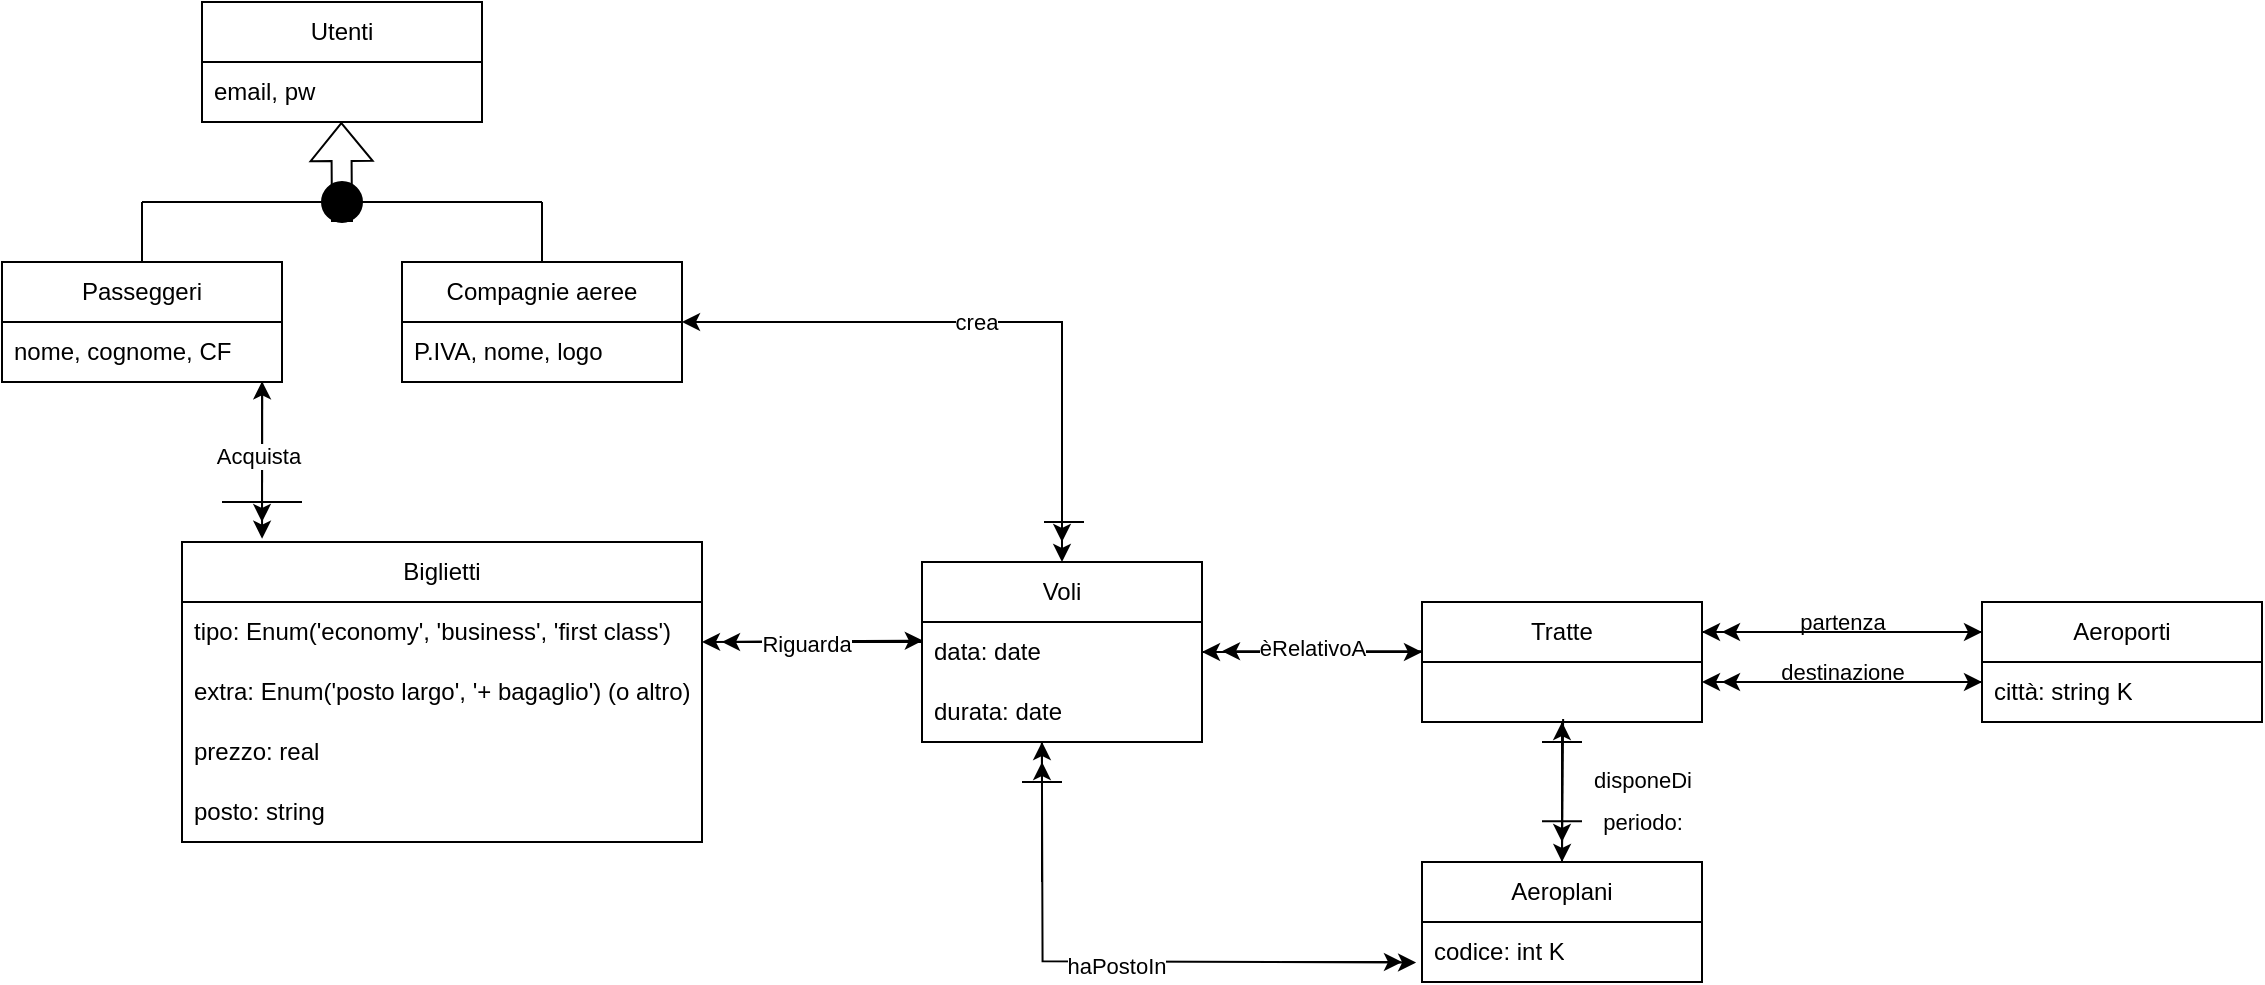
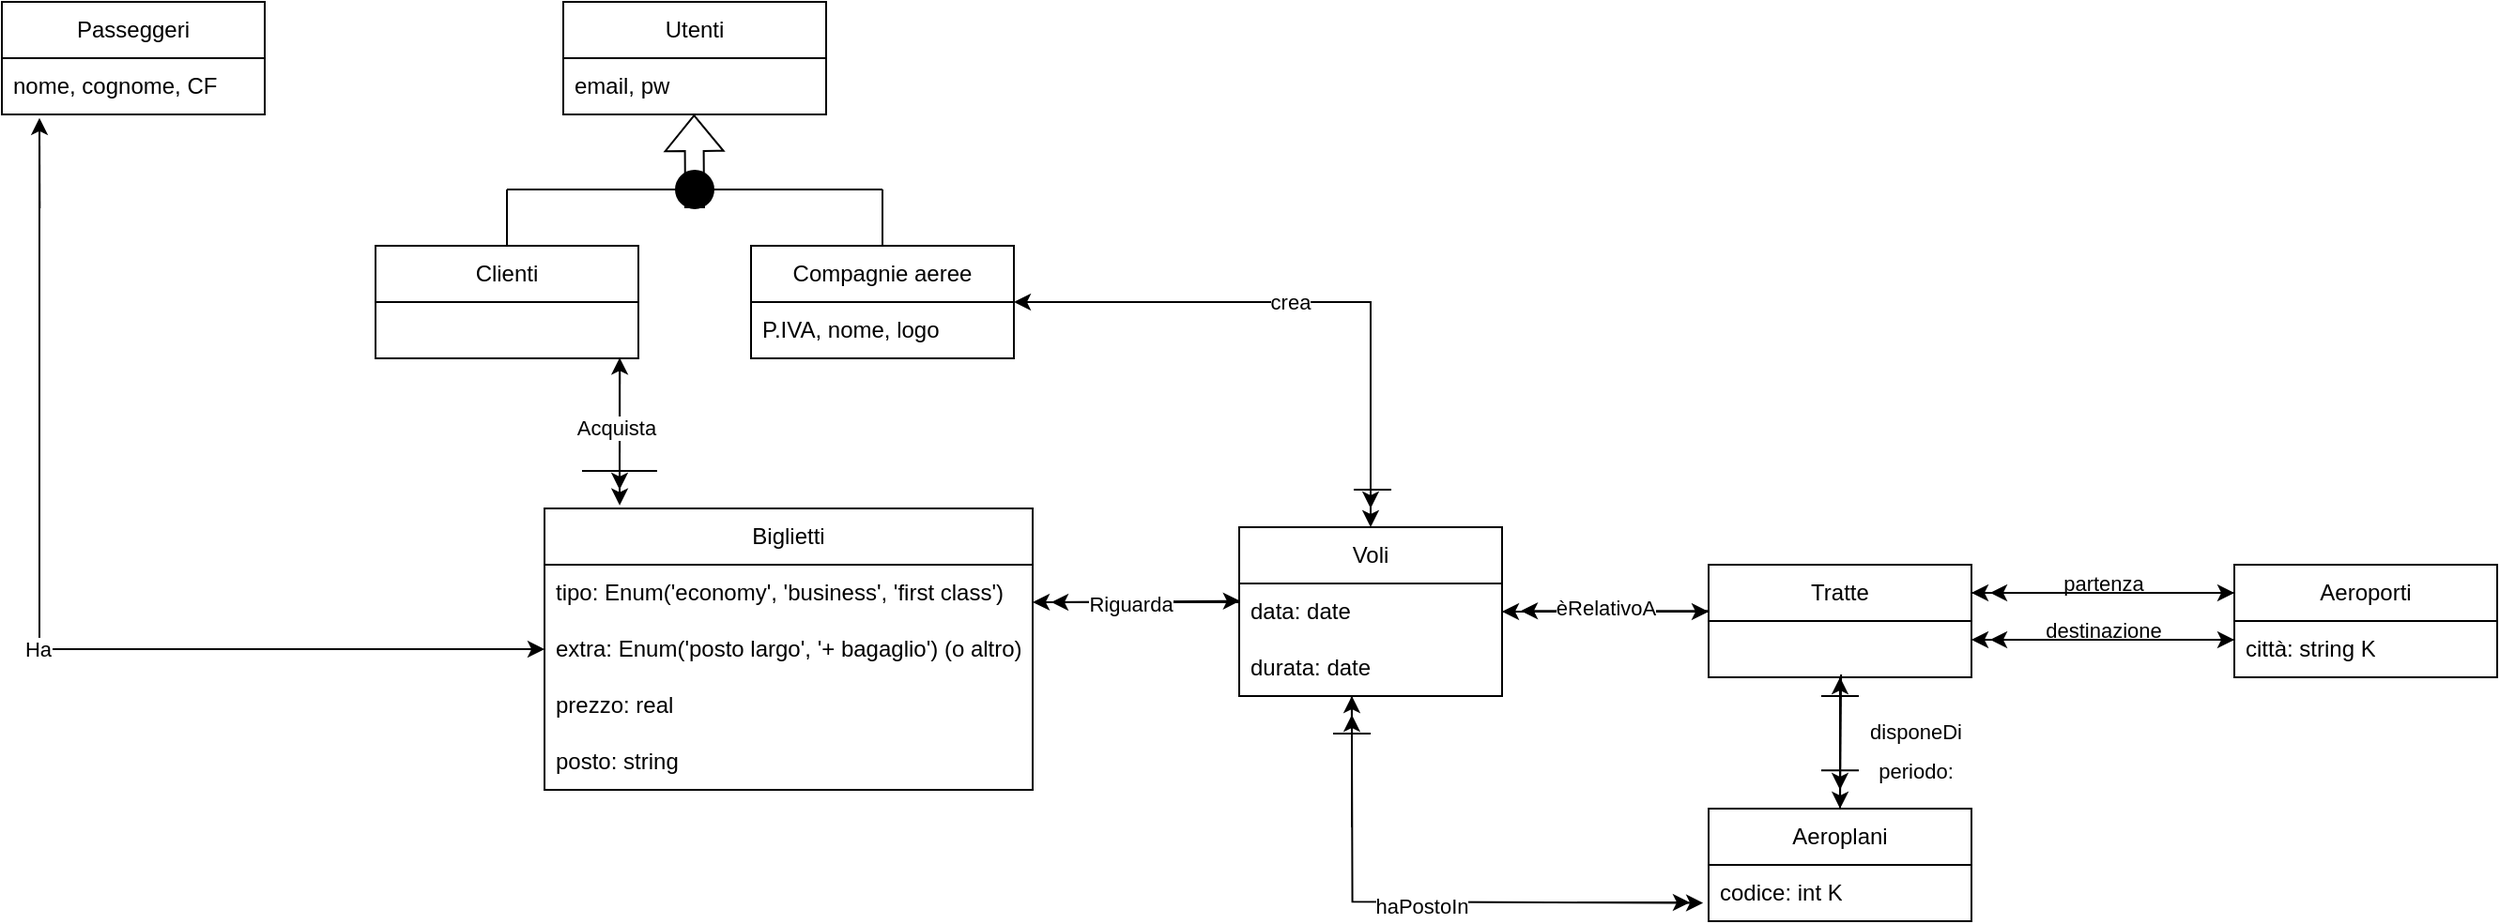
<mxfile host="65bd71144e">
    <diagram name="Pagina-1" id="Y2F9K8NCZ-bAOCw_idQH">
-         <mxGraphModel dx="1296" dy="2252" grid="1" gridSize="10" guides="1" tooltips="1" connect="1" arrows="1" fold="1" page="1" pageScale="1" pageWidth="1169" pageHeight="827" background="none" math="0" shadow="0">
+         <mxGraphModel dx="2329" dy="2093" grid="1" gridSize="10" guides="1" tooltips="1" connect="1" arrows="1" fold="1" page="1" pageScale="1" pageWidth="1169" pageHeight="827" background="none" math="0" shadow="0">
            <root>
                <mxCell id="0"/>
                <mxCell id="1" parent="0"/>
                <mxCell id="_ETjs5SsKa_0tdBlZnar-3" value="Utenti" style="swimlane;fontStyle=0;childLayout=stackLayout;horizontal=1;startSize=30;horizontalStack=0;resizeParent=1;resizeParentMax=0;resizeLast=0;collapsible=1;marginBottom=0;whiteSpace=wrap;html=1;" parent="1" vertex="1">
                    <mxGeometry x="119" y="-1600" width="140" height="60" as="geometry"/>
                </mxCell>
                <mxCell id="_ETjs5SsKa_0tdBlZnar-4" value="email, pw" style="text;strokeColor=none;fillColor=none;align=left;verticalAlign=middle;spacingLeft=4;spacingRight=4;overflow=hidden;points=[[0,0.5],[1,0.5]];portConstraint=eastwest;rotatable=0;whiteSpace=wrap;html=1;" parent="_ETjs5SsKa_0tdBlZnar-3" vertex="1">
                    <mxGeometry y="30" width="140" height="30" as="geometry"/>
                </mxCell>
-                 <mxCell id="_ETjs5SsKa_0tdBlZnar-15" value="Passeggeri" style="swimlane;fontStyle=0;childLayout=stackLayout;horizontal=1;startSize=30;horizontalStack=0;resizeParent=1;resizeParentMax=0;resizeLast=0;collapsible=1;marginBottom=0;whiteSpace=wrap;html=1;" parent="1" vertex="1">
+                 <mxCell id="_ETjs5SsKa_0tdBlZnar-15" value="Clienti" style="swimlane;fontStyle=0;childLayout=stackLayout;horizontal=1;startSize=30;horizontalStack=0;resizeParent=1;resizeParentMax=0;resizeLast=0;collapsible=1;marginBottom=0;whiteSpace=wrap;html=1;" parent="1" vertex="1">
                    <mxGeometry x="19" y="-1470" width="140" height="60" as="geometry"/>
-                 </mxCell>
-                 <mxCell id="_ETjs5SsKa_0tdBlZnar-16" value="nome, cognome, CF" style="text;strokeColor=none;fillColor=none;align=left;verticalAlign=middle;spacingLeft=4;spacingRight=4;overflow=hidden;points=[[0,0.5],[1,0.5]];portConstraint=eastwest;rotatable=0;whiteSpace=wrap;html=1;" parent="_ETjs5SsKa_0tdBlZnar-15" vertex="1">
-                     <mxGeometry y="30" width="140" height="30" as="geometry"/>
                </mxCell>
                <mxCell id="_ETjs5SsKa_0tdBlZnar-17" value="Compagnie aeree" style="swimlane;fontStyle=0;childLayout=stackLayout;horizontal=1;startSize=30;horizontalStack=0;resizeParent=1;resizeParentMax=0;resizeLast=0;collapsible=1;marginBottom=0;whiteSpace=wrap;html=1;" parent="1" vertex="1">
                    <mxGeometry x="219" y="-1470" width="140" height="60" as="geometry"/>
                </mxCell>
                <mxCell id="_ETjs5SsKa_0tdBlZnar-18" value="P.IVA, nome, logo" style="text;strokeColor=none;fillColor=none;align=left;verticalAlign=middle;spacingLeft=4;spacingRight=4;overflow=hidden;points=[[0,0.5],[1,0.5]];portConstraint=eastwest;rotatable=0;whiteSpace=wrap;html=1;" parent="_ETjs5SsKa_0tdBlZnar-17" vertex="1">
                    <mxGeometry y="30" width="140" height="30" as="geometry"/>
                </mxCell>
                <mxCell id="_ETjs5SsKa_0tdBlZnar-19" value="Tratte" style="swimlane;fontStyle=0;childLayout=stackLayout;horizontal=1;startSize=30;horizontalStack=0;resizeParent=1;resizeParentMax=0;resizeLast=0;collapsible=1;marginBottom=0;whiteSpace=wrap;html=1;" parent="1" vertex="1">
                    <mxGeometry x="729" y="-1300" width="140" height="60" as="geometry"/>
                </mxCell>
                <mxCell id="_ETjs5SsKa_0tdBlZnar-21" value="Aeroplani" style="swimlane;fontStyle=0;childLayout=stackLayout;horizontal=1;startSize=30;horizontalStack=0;resizeParent=1;resizeParentMax=0;resizeLast=0;collapsible=1;marginBottom=0;whiteSpace=wrap;html=1;" parent="1" vertex="1">
                    <mxGeometry x="729" y="-1170" width="140" height="60" as="geometry"/>
                </mxCell>
                <mxCell id="_ETjs5SsKa_0tdBlZnar-22" value="codice: int K" style="text;strokeColor=none;fillColor=none;align=left;verticalAlign=middle;spacingLeft=4;spacingRight=4;overflow=hidden;points=[[0,0.5],[1,0.5]];portConstraint=eastwest;rotatable=0;whiteSpace=wrap;html=1;" parent="_ETjs5SsKa_0tdBlZnar-21" vertex="1">
                    <mxGeometry y="30" width="140" height="30" as="geometry"/>
                </mxCell>
                <mxCell id="_ETjs5SsKa_0tdBlZnar-23" value="Aeroporti" style="swimlane;fontStyle=0;childLayout=stackLayout;horizontal=1;startSize=30;horizontalStack=0;resizeParent=1;resizeParentMax=0;resizeLast=0;collapsible=1;marginBottom=0;whiteSpace=wrap;html=1;" parent="1" vertex="1">
                    <mxGeometry x="1009" y="-1300" width="140" height="60" as="geometry"/>
                </mxCell>
                <mxCell id="_ETjs5SsKa_0tdBlZnar-24" value="città: string K" style="text;strokeColor=none;fillColor=none;align=left;verticalAlign=middle;spacingLeft=4;spacingRight=4;overflow=hidden;points=[[0,0.5],[1,0.5]];portConstraint=eastwest;rotatable=0;whiteSpace=wrap;html=1;" parent="_ETjs5SsKa_0tdBlZnar-23" vertex="1">
                    <mxGeometry y="30" width="140" height="30" as="geometry"/>
                </mxCell>
                <mxCell id="_ETjs5SsKa_0tdBlZnar-25" value="" style="endArrow=classic;html=1;rounded=0;exitX=1;exitY=0.25;exitDx=0;exitDy=0;entryX=0;entryY=0.25;entryDx=0;entryDy=0;" parent="1" source="_ETjs5SsKa_0tdBlZnar-19" target="_ETjs5SsKa_0tdBlZnar-23" edge="1">
                    <mxGeometry width="50" height="50" relative="1" as="geometry">
                        <mxPoint x="709" y="-1000" as="sourcePoint"/>
                        <mxPoint x="759" y="-1050" as="targetPoint"/>
                    </mxGeometry>
                </mxCell>
                <mxCell id="_ETjs5SsKa_0tdBlZnar-27" value="" style="endArrow=classic;html=1;rounded=0;entryX=1;entryY=0.25;entryDx=0;entryDy=0;exitX=0;exitY=0.25;exitDx=0;exitDy=0;" parent="1" source="_ETjs5SsKa_0tdBlZnar-23" target="_ETjs5SsKa_0tdBlZnar-19" edge="1">
                    <mxGeometry width="50" height="50" relative="1" as="geometry">
                        <mxPoint x="709" y="-1000" as="sourcePoint"/>
                        <mxPoint x="759" y="-1050" as="targetPoint"/>
                    </mxGeometry>
                </mxCell>
                <mxCell id="_ETjs5SsKa_0tdBlZnar-28" value="partenza" style="edgeLabel;html=1;align=center;verticalAlign=middle;resizable=0;points=[];" parent="_ETjs5SsKa_0tdBlZnar-27" vertex="1" connectable="0">
                    <mxGeometry x="0.0872" y="2" relative="1" as="geometry">
                        <mxPoint x="6" y="-7" as="offset"/>
                    </mxGeometry>
                </mxCell>
                <mxCell id="_ETjs5SsKa_0tdBlZnar-29" value="" style="endArrow=classic;html=1;rounded=0;exitX=0;exitY=0.25;exitDx=0;exitDy=0;" parent="1" source="_ETjs5SsKa_0tdBlZnar-23" edge="1">
                    <mxGeometry width="50" height="50" relative="1" as="geometry">
                        <mxPoint x="709" y="-1000" as="sourcePoint"/>
                        <mxPoint x="879" y="-1285" as="targetPoint"/>
                    </mxGeometry>
                </mxCell>
                <mxCell id="_ETjs5SsKa_0tdBlZnar-30" value="" style="endArrow=classic;html=1;rounded=0;entryX=1;entryY=0.25;entryDx=0;entryDy=0;exitX=0;exitY=0.25;exitDx=0;exitDy=0;" parent="1" edge="1">
                    <mxGeometry width="50" height="50" relative="1" as="geometry">
                        <mxPoint x="1009" y="-1260" as="sourcePoint"/>
                        <mxPoint x="869" y="-1260" as="targetPoint"/>
                    </mxGeometry>
                </mxCell>
                <mxCell id="_ETjs5SsKa_0tdBlZnar-31" value="destinazione" style="edgeLabel;html=1;align=center;verticalAlign=middle;resizable=0;points=[];" parent="_ETjs5SsKa_0tdBlZnar-30" vertex="1" connectable="0">
                    <mxGeometry x="0.0872" y="2" relative="1" as="geometry">
                        <mxPoint x="6" y="-7" as="offset"/>
                    </mxGeometry>
                </mxCell>
                <mxCell id="_ETjs5SsKa_0tdBlZnar-32" value="" style="endArrow=classic;html=1;rounded=0;exitX=0;exitY=0.25;exitDx=0;exitDy=0;" parent="1" edge="1">
                    <mxGeometry width="50" height="50" relative="1" as="geometry">
                        <mxPoint x="1009" y="-1260" as="sourcePoint"/>
                        <mxPoint x="879" y="-1260" as="targetPoint"/>
                    </mxGeometry>
                </mxCell>
                <mxCell id="_ETjs5SsKa_0tdBlZnar-33" value="" style="endArrow=classic;html=1;rounded=0;exitX=1.007;exitY=0.333;exitDx=0;exitDy=0;exitPerimeter=0;" parent="1" edge="1">
                    <mxGeometry width="50" height="50" relative="1" as="geometry">
                        <mxPoint x="869.9799999999998" y="-1260.0100000000002" as="sourcePoint"/>
                        <mxPoint x="1009" y="-1260" as="targetPoint"/>
                    </mxGeometry>
                </mxCell>
                <mxCell id="_ETjs5SsKa_0tdBlZnar-34" value="" style="endArrow=classic;html=1;rounded=0;exitX=0.504;exitY=0.951;exitDx=0;exitDy=0;exitPerimeter=0;entryX=0.5;entryY=0;entryDx=0;entryDy=0;" parent="1" target="_ETjs5SsKa_0tdBlZnar-21" edge="1">
                    <mxGeometry width="50" height="50" relative="1" as="geometry">
                        <mxPoint x="799.56" y="-1241.47" as="sourcePoint"/>
                        <mxPoint x="719" y="-1050" as="targetPoint"/>
                    </mxGeometry>
                </mxCell>
                <mxCell id="_ETjs5SsKa_0tdBlZnar-36" value="" style="endArrow=classic;html=1;rounded=0;" parent="1" edge="1">
                    <mxGeometry width="50" height="50" relative="1" as="geometry">
                        <mxPoint x="799" y="-1240" as="sourcePoint"/>
                        <mxPoint x="799" y="-1180" as="targetPoint"/>
                    </mxGeometry>
                </mxCell>
                <mxCell id="_ETjs5SsKa_0tdBlZnar-38" value="disponeDi" style="edgeLabel;html=1;align=center;verticalAlign=middle;resizable=0;points=[];" parent="_ETjs5SsKa_0tdBlZnar-36" vertex="1" connectable="0">
                    <mxGeometry x="-0.0573" y="1" relative="1" as="geometry">
                        <mxPoint x="39" as="offset"/>
                    </mxGeometry>
                </mxCell>
                <mxCell id="_ETjs5SsKa_0tdBlZnar-40" value="periodo:" style="edgeLabel;html=1;align=center;verticalAlign=middle;resizable=0;points=[];" parent="1" vertex="1" connectable="0">
                    <mxGeometry x="839" y="-1190.0048717948719" as="geometry"/>
                </mxCell>
                <mxCell id="_ETjs5SsKa_0tdBlZnar-41" value="" style="endArrow=classic;html=1;rounded=0;" parent="1" edge="1">
                    <mxGeometry width="50" height="50" relative="1" as="geometry">
                        <mxPoint x="799" y="-1170" as="sourcePoint"/>
                        <mxPoint x="799" y="-1240" as="targetPoint"/>
                    </mxGeometry>
                </mxCell>
                <mxCell id="_ETjs5SsKa_0tdBlZnar-42" value="Voli" style="swimlane;fontStyle=0;childLayout=stackLayout;horizontal=1;startSize=30;horizontalStack=0;resizeParent=1;resizeParentMax=0;resizeLast=0;collapsible=1;marginBottom=0;whiteSpace=wrap;html=1;" parent="1" vertex="1">
                    <mxGeometry x="479" y="-1320" width="140" height="90" as="geometry"/>
                </mxCell>
                <mxCell id="_ETjs5SsKa_0tdBlZnar-43" value="data: date" style="text;strokeColor=none;fillColor=none;align=left;verticalAlign=middle;spacingLeft=4;spacingRight=4;overflow=hidden;points=[[0,0.5],[1,0.5]];portConstraint=eastwest;rotatable=0;whiteSpace=wrap;html=1;" parent="_ETjs5SsKa_0tdBlZnar-42" vertex="1">
                    <mxGeometry y="30" width="140" height="30" as="geometry"/>
                </mxCell>
                <mxCell id="_ETjs5SsKa_0tdBlZnar-66" value="durata: date" style="text;strokeColor=none;fillColor=none;align=left;verticalAlign=middle;spacingLeft=4;spacingRight=4;overflow=hidden;points=[[0,0.5],[1,0.5]];portConstraint=eastwest;rotatable=0;whiteSpace=wrap;html=1;" parent="_ETjs5SsKa_0tdBlZnar-42" vertex="1">
                    <mxGeometry y="60" width="140" height="30" as="geometry"/>
                </mxCell>
                <mxCell id="_ETjs5SsKa_0tdBlZnar-46" value="Biglietti" style="swimlane;fontStyle=0;childLayout=stackLayout;horizontal=1;startSize=30;horizontalStack=0;resizeParent=1;resizeParentMax=0;resizeLast=0;collapsible=1;marginBottom=0;whiteSpace=wrap;html=1;" parent="1" vertex="1">
                    <mxGeometry x="109" y="-1330" width="260" height="150" as="geometry"/>
                </mxCell>
                <mxCell id="Bv-jkNyQtQAfHgGsfsne-6" value="tipo: Enum(&#39;economy&#39;, &#39;business&#39;, &#39;first class&#39;)" style="text;strokeColor=none;fillColor=none;align=left;verticalAlign=middle;spacingLeft=4;spacingRight=4;overflow=hidden;points=[[0,0.5],[1,0.5]];portConstraint=eastwest;rotatable=0;whiteSpace=wrap;html=1;" parent="_ETjs5SsKa_0tdBlZnar-46" vertex="1">
                    <mxGeometry y="30" width="260" height="30" as="geometry"/>
                </mxCell>
                <mxCell id="_ETjs5SsKa_0tdBlZnar-47" value="extra: Enum(&#39;posto largo&#39;, &#39;+ bagaglio&#39;) (o altro)" style="text;strokeColor=none;fillColor=none;align=left;verticalAlign=middle;spacingLeft=4;spacingRight=4;overflow=hidden;points=[[0,0.5],[1,0.5]];portConstraint=eastwest;rotatable=0;whiteSpace=wrap;html=1;" parent="_ETjs5SsKa_0tdBlZnar-46" vertex="1">
                    <mxGeometry y="60" width="260" height="30" as="geometry"/>
                </mxCell>
                <mxCell id="EdjyHUfcLkRTV670vATM-4" value="prezzo: real" style="text;strokeColor=none;fillColor=none;align=left;verticalAlign=middle;spacingLeft=4;spacingRight=4;overflow=hidden;points=[[0,0.5],[1,0.5]];portConstraint=eastwest;rotatable=0;whiteSpace=wrap;html=1;" parent="_ETjs5SsKa_0tdBlZnar-46" vertex="1">
                    <mxGeometry y="90" width="260" height="30" as="geometry"/>
                </mxCell>
                <mxCell id="EdjyHUfcLkRTV670vATM-5" value="posto: string" style="text;strokeColor=none;fillColor=none;align=left;verticalAlign=middle;spacingLeft=4;spacingRight=4;overflow=hidden;points=[[0,0.5],[1,0.5]];portConstraint=eastwest;rotatable=0;whiteSpace=wrap;html=1;" parent="_ETjs5SsKa_0tdBlZnar-46" vertex="1">
                    <mxGeometry y="120" width="260" height="30" as="geometry"/>
                </mxCell>
                <mxCell id="_ETjs5SsKa_0tdBlZnar-62" value="" style="endArrow=classic;html=1;rounded=0;exitX=1;exitY=0.5;exitDx=0;exitDy=0;" parent="1" source="_ETjs5SsKa_0tdBlZnar-43" edge="1">
                    <mxGeometry width="50" height="50" relative="1" as="geometry">
                        <mxPoint x="549" y="-1210" as="sourcePoint"/>
                        <mxPoint x="729" y="-1275" as="targetPoint"/>
                    </mxGeometry>
                </mxCell>
                <mxCell id="_ETjs5SsKa_0tdBlZnar-63" value="" style="endArrow=classic;html=1;rounded=0;entryX=1;entryY=0.5;entryDx=0;entryDy=0;" parent="1" target="_ETjs5SsKa_0tdBlZnar-43" edge="1">
                    <mxGeometry width="50" height="50" relative="1" as="geometry">
                        <mxPoint x="729" y="-1275" as="sourcePoint"/>
                        <mxPoint x="549" y="-1230" as="targetPoint"/>
                    </mxGeometry>
                </mxCell>
                <mxCell id="_ETjs5SsKa_0tdBlZnar-64" value="" style="endArrow=classic;html=1;rounded=0;" parent="1" edge="1">
                    <mxGeometry width="50" height="50" relative="1" as="geometry">
                        <mxPoint x="729" y="-1275.4" as="sourcePoint"/>
                        <mxPoint x="629" y="-1275.4" as="targetPoint"/>
                    </mxGeometry>
                </mxCell>
                <mxCell id="_ETjs5SsKa_0tdBlZnar-65" value="èRelativoA" style="edgeLabel;html=1;align=center;verticalAlign=middle;resizable=0;points=[];" parent="_ETjs5SsKa_0tdBlZnar-64" vertex="1" connectable="0">
                    <mxGeometry x="0.0974" y="-2" relative="1" as="geometry">
                        <mxPoint as="offset"/>
                    </mxGeometry>
                </mxCell>
                <mxCell id="_ETjs5SsKa_0tdBlZnar-67" value="" style="shape=flexArrow;endArrow=classic;html=1;rounded=0;exitX=0.5;exitY=1;exitDx=0;exitDy=0;" parent="1" source="_ETjs5SsKa_0tdBlZnar-71" edge="1">
                    <mxGeometry width="50" height="50" relative="1" as="geometry">
                        <mxPoint x="189" y="-1500" as="sourcePoint"/>
                        <mxPoint x="188.67000000000002" y="-1540" as="targetPoint"/>
                    </mxGeometry>
                </mxCell>
                <mxCell id="_ETjs5SsKa_0tdBlZnar-68" value="" style="endArrow=none;html=1;rounded=0;" parent="1" source="_ETjs5SsKa_0tdBlZnar-71" edge="1">
                    <mxGeometry width="50" height="50" relative="1" as="geometry">
                        <mxPoint x="89" y="-1500" as="sourcePoint"/>
                        <mxPoint x="289" y="-1500" as="targetPoint"/>
                    </mxGeometry>
                </mxCell>
                <mxCell id="_ETjs5SsKa_0tdBlZnar-69" value="" style="endArrow=none;html=1;rounded=0;entryX=0.5;entryY=0;entryDx=0;entryDy=0;" parent="1" target="_ETjs5SsKa_0tdBlZnar-15" edge="1">
                    <mxGeometry width="50" height="50" relative="1" as="geometry">
                        <mxPoint x="89" y="-1500" as="sourcePoint"/>
                        <mxPoint x="299" y="-1490" as="targetPoint"/>
                    </mxGeometry>
                </mxCell>
                <mxCell id="_ETjs5SsKa_0tdBlZnar-70" value="" style="endArrow=none;html=1;rounded=0;entryX=0.5;entryY=0;entryDx=0;entryDy=0;" parent="1" target="_ETjs5SsKa_0tdBlZnar-17" edge="1">
                    <mxGeometry width="50" height="50" relative="1" as="geometry">
                        <mxPoint x="289" y="-1500" as="sourcePoint"/>
                        <mxPoint x="309" y="-1480" as="targetPoint"/>
                    </mxGeometry>
                </mxCell>
                <mxCell id="_ETjs5SsKa_0tdBlZnar-73" value="" style="shape=flexArrow;endArrow=classic;html=1;rounded=0;" parent="1" target="_ETjs5SsKa_0tdBlZnar-71" edge="1">
                    <mxGeometry width="50" height="50" relative="1" as="geometry">
                        <mxPoint x="189" y="-1500" as="sourcePoint"/>
                        <mxPoint x="188.67000000000002" y="-1540" as="targetPoint"/>
                    </mxGeometry>
                </mxCell>
                <mxCell id="_ETjs5SsKa_0tdBlZnar-74" value="" style="endArrow=none;html=1;rounded=0;" parent="1" target="_ETjs5SsKa_0tdBlZnar-71" edge="1">
                    <mxGeometry width="50" height="50" relative="1" as="geometry">
                        <mxPoint x="89" y="-1500" as="sourcePoint"/>
                        <mxPoint x="289" y="-1500" as="targetPoint"/>
                    </mxGeometry>
                </mxCell>
                <mxCell id="_ETjs5SsKa_0tdBlZnar-71" value="" style="ellipse;whiteSpace=wrap;html=1;aspect=fixed;strokeColor=#000000;fillColor=#000000;" parent="1" vertex="1">
                    <mxGeometry x="179" y="-1510" width="20" height="20" as="geometry"/>
                </mxCell>
                <mxCell id="_ETjs5SsKa_0tdBlZnar-85" value="" style="endArrow=classic;html=1;rounded=0;exitX=0.426;exitY=1.011;exitDx=0;exitDy=0;exitPerimeter=0;entryX=-0.021;entryY=0.675;entryDx=0;entryDy=0;entryPerimeter=0;" parent="1" target="_ETjs5SsKa_0tdBlZnar-22" edge="1">
                    <mxGeometry width="50" height="50" relative="1" as="geometry">
                        <mxPoint x="538.92" y="-1230" as="sourcePoint"/>
                        <mxPoint x="729" y="-1118.67" as="targetPoint"/>
                        <Array as="points">
                            <mxPoint x="539.28" y="-1120.33"/>
                        </Array>
                    </mxGeometry>
                </mxCell>
                <mxCell id="_ETjs5SsKa_0tdBlZnar-86" value="haPostoIn" style="edgeLabel;html=1;align=center;verticalAlign=middle;resizable=0;points=[];" parent="_ETjs5SsKa_0tdBlZnar-85" vertex="1" connectable="0">
                    <mxGeometry x="-0.0113" y="-2" relative="1" as="geometry">
                        <mxPoint as="offset"/>
                    </mxGeometry>
                </mxCell>
                <mxCell id="_ETjs5SsKa_0tdBlZnar-87" value="" style="endArrow=classic;html=1;rounded=0;" parent="1" edge="1">
                    <mxGeometry width="50" height="50" relative="1" as="geometry">
                        <mxPoint x="659" y="-1120" as="sourcePoint"/>
                        <mxPoint x="719" y="-1120" as="targetPoint"/>
                    </mxGeometry>
                </mxCell>
                <mxCell id="_ETjs5SsKa_0tdBlZnar-88" value="" style="endArrow=classic;html=1;rounded=0;" parent="1" edge="1">
                    <mxGeometry width="50" height="50" relative="1" as="geometry">
                        <mxPoint x="539" y="-1170" as="sourcePoint"/>
                        <mxPoint x="539" y="-1230" as="targetPoint"/>
                    </mxGeometry>
                </mxCell>
                <mxCell id="_ETjs5SsKa_0tdBlZnar-89" value="" style="endArrow=classic;html=1;rounded=0;" parent="1" edge="1">
                    <mxGeometry width="50" height="50" relative="1" as="geometry">
                        <mxPoint x="539" y="-1160" as="sourcePoint"/>
                        <mxPoint x="539" y="-1220" as="targetPoint"/>
                    </mxGeometry>
                </mxCell>
-                 <mxCell id="hUyTWg2xCONPmjfaOem0-3" value="" style="endArrow=classic;startArrow=classic;html=1;rounded=0;exitX=0.154;exitY=-0.011;exitDx=0;exitDy=0;exitPerimeter=0;entryX=0.929;entryY=0.989;entryDx=0;entryDy=0;entryPerimeter=0;" parent="1" source="_ETjs5SsKa_0tdBlZnar-46" target="_ETjs5SsKa_0tdBlZnar-16" edge="1">
+                 <mxCell id="hUyTWg2xCONPmjfaOem0-3" value="" style="endArrow=classic;startArrow=classic;html=1;rounded=0;exitX=0.154;exitY=-0.011;exitDx=0;exitDy=0;exitPerimeter=0;entryX=0.929;entryY=0.989;entryDx=0;entryDy=0;entryPerimeter=0;" parent="1" source="_ETjs5SsKa_0tdBlZnar-46" edge="1">
                    <mxGeometry width="50" height="50" relative="1" as="geometry">
                        <mxPoint x="289" y="-1260" as="sourcePoint"/>
-                         <mxPoint x="339" y="-1310" as="targetPoint"/>
-                     </mxGeometry>
-                 </mxCell>
-                 <mxCell id="hUyTWg2xCONPmjfaOem0-9" value="" style="endArrow=classic;html=1;rounded=0;exitX=0.929;exitY=1;exitDx=0;exitDy=0;exitPerimeter=0;" parent="1" source="_ETjs5SsKa_0tdBlZnar-16" edge="1">
-                     <mxGeometry width="50" height="50" relative="1" as="geometry">
-                         <mxPoint x="289" y="-1260" as="sourcePoint"/>
+                         <mxPoint x="149.05999999999995" y="-1410.33" as="targetPoint"/>
+                     </mxGeometry>
+                 </mxCell>
+                 <mxCell id="hUyTWg2xCONPmjfaOem0-9" value="" style="endArrow=classic;html=1;rounded=0;exitX=0.929;exitY=1;exitDx=0;exitDy=0;exitPerimeter=0;" parent="1" edge="1">
+                     <mxGeometry width="50" height="50" relative="1" as="geometry">
+                         <mxPoint x="149.05999999999995" y="-1410" as="sourcePoint"/>
                        <mxPoint x="149" y="-1340" as="targetPoint"/>
                    </mxGeometry>
                </mxCell>
                <mxCell id="Bv-jkNyQtQAfHgGsfsne-1" value="Acquista" style="edgeLabel;html=1;align=center;verticalAlign=middle;resizable=0;points=[];" parent="hUyTWg2xCONPmjfaOem0-9" vertex="1" connectable="0">
                    <mxGeometry x="0.0517" y="-2" relative="1" as="geometry">
                        <mxPoint as="offset"/>
                    </mxGeometry>
                </mxCell>
                <mxCell id="Bv-jkNyQtQAfHgGsfsne-2" value="" style="endArrow=classic;startArrow=classic;html=1;rounded=0;entryX=0.003;entryY=0.31;entryDx=0;entryDy=0;entryPerimeter=0;" parent="1" target="_ETjs5SsKa_0tdBlZnar-43" edge="1">
                    <mxGeometry width="50" height="50" relative="1" as="geometry">
                        <mxPoint x="369" y="-1280" as="sourcePoint"/>
                        <mxPoint x="419" y="-1330" as="targetPoint"/>
                    </mxGeometry>
                </mxCell>
                <mxCell id="Bv-jkNyQtQAfHgGsfsne-3" value="" style="endArrow=classic;html=1;rounded=0;" parent="1" edge="1">
                    <mxGeometry width="50" height="50" relative="1" as="geometry">
                        <mxPoint x="479" y="-1280" as="sourcePoint"/>
                        <mxPoint x="379" y="-1280" as="targetPoint"/>
                    </mxGeometry>
                </mxCell>
                <mxCell id="Bv-jkNyQtQAfHgGsfsne-4" value="Riguarda" style="edgeLabel;html=1;align=center;verticalAlign=middle;resizable=0;points=[];" parent="Bv-jkNyQtQAfHgGsfsne-3" vertex="1" connectable="0">
                    <mxGeometry x="0.16" y="1" relative="1" as="geometry">
                        <mxPoint as="offset"/>
                    </mxGeometry>
                </mxCell>
                <mxCell id="EdjyHUfcLkRTV670vATM-6" value="" style="endArrow=none;html=1;rounded=0;" parent="1" edge="1">
                    <mxGeometry width="50" height="50" relative="1" as="geometry">
                        <mxPoint x="129" y="-1350" as="sourcePoint"/>
                        <mxPoint x="169" y="-1350" as="targetPoint"/>
                    </mxGeometry>
                </mxCell>
                <mxCell id="EdjyHUfcLkRTV670vATM-8" value="" style="endArrow=none;html=1;rounded=0;" parent="1" edge="1">
                    <mxGeometry width="50" height="50" relative="1" as="geometry">
                        <mxPoint x="529" y="-1210" as="sourcePoint"/>
                        <mxPoint x="549" y="-1210" as="targetPoint"/>
                    </mxGeometry>
                </mxCell>
                <mxCell id="EdjyHUfcLkRTV670vATM-9" value="" style="endArrow=none;html=1;rounded=0;" parent="1" edge="1">
                    <mxGeometry width="50" height="50" relative="1" as="geometry">
                        <mxPoint x="809" y="-1230" as="sourcePoint"/>
                        <mxPoint x="789" y="-1230" as="targetPoint"/>
                    </mxGeometry>
                </mxCell>
                <mxCell id="EdjyHUfcLkRTV670vATM-10" value="" style="endArrow=none;html=1;rounded=0;" parent="1" edge="1">
                    <mxGeometry width="50" height="50" relative="1" as="geometry">
                        <mxPoint x="809" y="-1190.3400000000001" as="sourcePoint"/>
                        <mxPoint x="789" y="-1190.3400000000001" as="targetPoint"/>
                    </mxGeometry>
                </mxCell>
                <mxCell id="EdjyHUfcLkRTV670vATM-13" value="" style="endArrow=classic;startArrow=classic;html=1;rounded=0;exitX=1;exitY=0.5;exitDx=0;exitDy=0;entryX=0.5;entryY=0;entryDx=0;entryDy=0;" parent="1" source="_ETjs5SsKa_0tdBlZnar-17" target="_ETjs5SsKa_0tdBlZnar-42" edge="1">
                    <mxGeometry width="50" height="50" relative="1" as="geometry">
                        <mxPoint x="620" y="-1330" as="sourcePoint"/>
                        <mxPoint x="670" y="-1380" as="targetPoint"/>
                        <Array as="points">
                            <mxPoint x="549" y="-1440"/>
                        </Array>
                    </mxGeometry>
                </mxCell>
                <mxCell id="EdjyHUfcLkRTV670vATM-15" value="crea" style="edgeLabel;html=1;align=center;verticalAlign=middle;resizable=0;points=[];" parent="EdjyHUfcLkRTV670vATM-13" connectable="0" vertex="1">
                    <mxGeometry x="-0.0562" relative="1" as="geometry">
                        <mxPoint as="offset"/>
                    </mxGeometry>
                </mxCell>
                <mxCell id="EdjyHUfcLkRTV670vATM-14" value="" style="endArrow=classic;html=1;rounded=0;" parent="1" edge="1">
                    <mxGeometry width="50" height="50" relative="1" as="geometry">
                        <mxPoint x="549" y="-1410" as="sourcePoint"/>
                        <mxPoint x="549" y="-1330" as="targetPoint"/>
                    </mxGeometry>
                </mxCell>
                <mxCell id="EdjyHUfcLkRTV670vATM-16" value="" style="endArrow=none;html=1;rounded=0;" parent="1" edge="1">
                    <mxGeometry width="50" height="50" relative="1" as="geometry">
                        <mxPoint x="540" y="-1340" as="sourcePoint"/>
                        <mxPoint x="560" y="-1340" as="targetPoint"/>
                    </mxGeometry>
                </mxCell>
+                 <mxCell id="11" value="Passeggeri" style="swimlane;fontStyle=0;childLayout=stackLayout;horizontal=1;startSize=30;horizontalStack=0;resizeParent=1;resizeParentMax=0;resizeLast=0;collapsible=1;marginBottom=0;whiteSpace=wrap;html=1;" vertex="1" parent="1">
+                     <mxGeometry x="-180" y="-1600" width="140" height="60" as="geometry"/>
+                 </mxCell>
+                 <mxCell id="12" value="&lt;span style=&quot;color: rgb(0, 0, 0);&quot;&gt;nome, cognome, CF&lt;/span&gt;" style="text;strokeColor=none;fillColor=none;align=left;verticalAlign=middle;spacingLeft=4;spacingRight=4;overflow=hidden;points=[[0,0.5],[1,0.5]];portConstraint=eastwest;rotatable=0;whiteSpace=wrap;html=1;" vertex="1" parent="11">
+                     <mxGeometry y="30" width="140" height="30" as="geometry"/>
+                 </mxCell>
+                 <mxCell id="16" value="" style="endArrow=classic;html=1;rounded=0;entryX=0;entryY=0.5;entryDx=0;entryDy=0;" edge="1" parent="1" target="_ETjs5SsKa_0tdBlZnar-47">
+                     <mxGeometry width="50" height="50" relative="1" as="geometry">
+                         <mxPoint x="-160" y="-1530" as="sourcePoint"/>
+                         <mxPoint x="159" y="-1330" as="targetPoint"/>
+                         <Array as="points">
+                             <mxPoint x="-160" y="-1255"/>
+                         </Array>
+                     </mxGeometry>
+                 </mxCell>
+                 <mxCell id="17" value="Ha" style="edgeLabel;html=1;align=center;verticalAlign=middle;resizable=0;points=[];" vertex="1" connectable="0" parent="16">
+                     <mxGeometry x="0.0517" y="-2" relative="1" as="geometry">
+                         <mxPoint x="-12" y="-2" as="offset"/>
+                     </mxGeometry>
+                 </mxCell>
+                 <mxCell id="19" value="" style="endArrow=classic;html=1;rounded=0;entryX=0.106;entryY=1.063;entryDx=0;entryDy=0;entryPerimeter=0;" edge="1" parent="1">
+                     <mxGeometry width="50" height="50" relative="1" as="geometry">
+                         <mxPoint x="-159.84" y="-1490" as="sourcePoint"/>
+                         <mxPoint x="-159.99999999999986" y="-1538.11" as="targetPoint"/>
+                         <Array as="points"/>
+                     </mxGeometry>
+                 </mxCell>
            </root>
        </mxGraphModel>
    </diagram>
</mxfile>